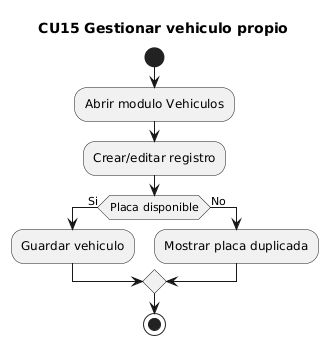
Earlier version of the PlantUML export docs/uml/render/actividades_cu/CU15_actividad_gestionar_vehiculo.png (maranavard/SISTEMA-COMPUTACIONAL-PARA-LA-GESTION-Y-CONTROL-DE-ACCESO-DE-AUTOMOVILES-M-DULO-WEB). Its diagram source:
```plantuml
@startuml
title CU15 Gestionar vehiculo propio
start
:Abrir modulo Vehiculos;
:Crear/editar registro;
if (Placa disponible) then (Si)
  :Guardar vehiculo;
else (No)
  :Mostrar placa duplicada;
endif
stop
@enduml
```
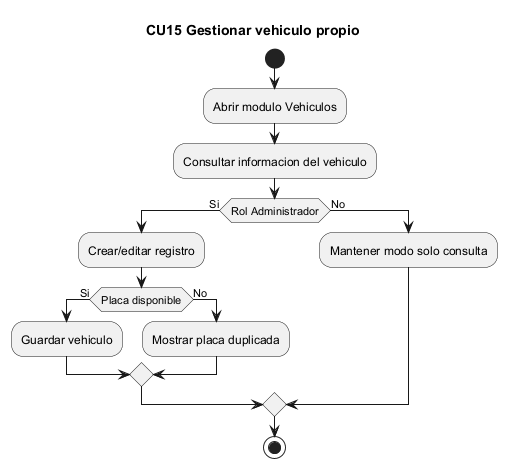
The same diagram one commit later.

Diff of the diagram source:
```diff
@@ -1,12 +1,17 @@
-@startuml
+@startuml CU15_actividad_gestionar_vehiculo
 title CU15 Gestionar vehiculo propio
 start
 :Abrir modulo Vehiculos;
-:Crear/editar registro;
-if (Placa disponible) then (Si)
-  :Guardar vehiculo;
+:Consultar informacion del vehiculo;
+if (Rol Administrador) then (Si)
+  :Crear/editar registro;
+  if (Placa disponible) then (Si)
+    :Guardar vehiculo;
+  else (No)
+    :Mostrar placa duplicada;
+  endif
 else (No)
-  :Mostrar placa duplicada;
+  :Mantener modo solo consulta;
 endif
 stop
 @enduml
```
